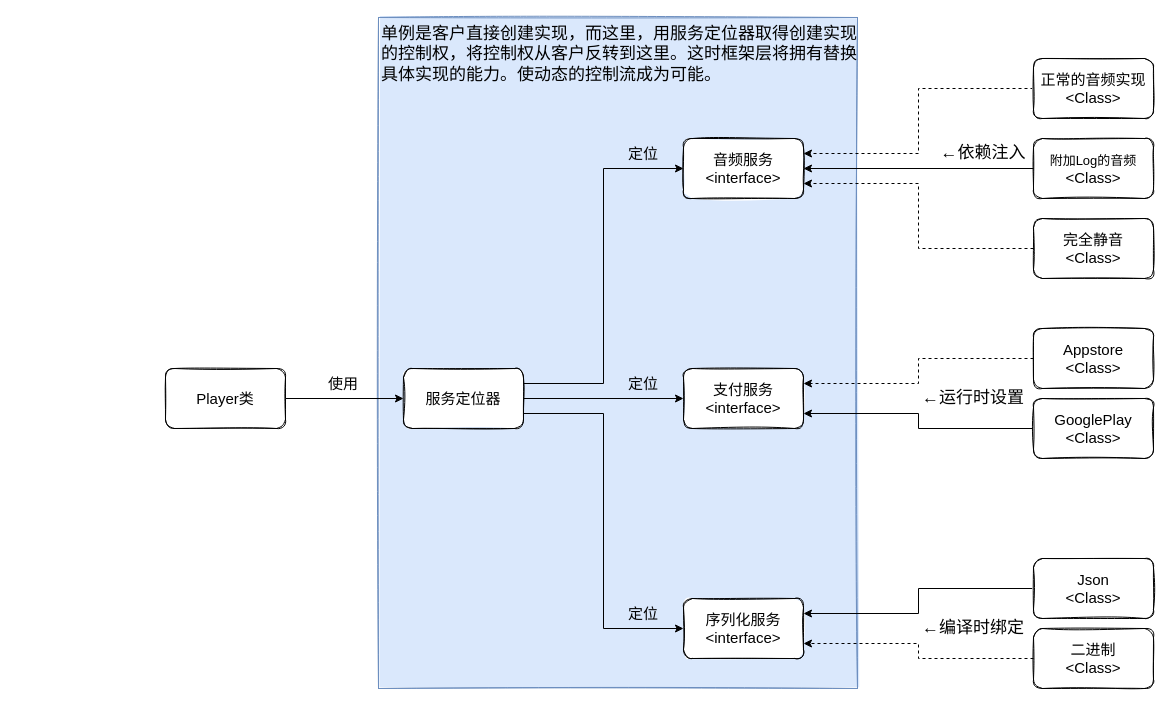
The draw.io diagram page "服务定位器" (2 of 8) of StartFramework.drawio in sass00n1/StartFramework, before the edit. Source tidied: cells renumbered, new cells numbered last; positions are measured from the earlier drawing's top-left corner, leaving out a move shared by most shapes. Both pictures are drawn from the tidied source at 100%, with x=0, y=0 at pixel (165, 17).
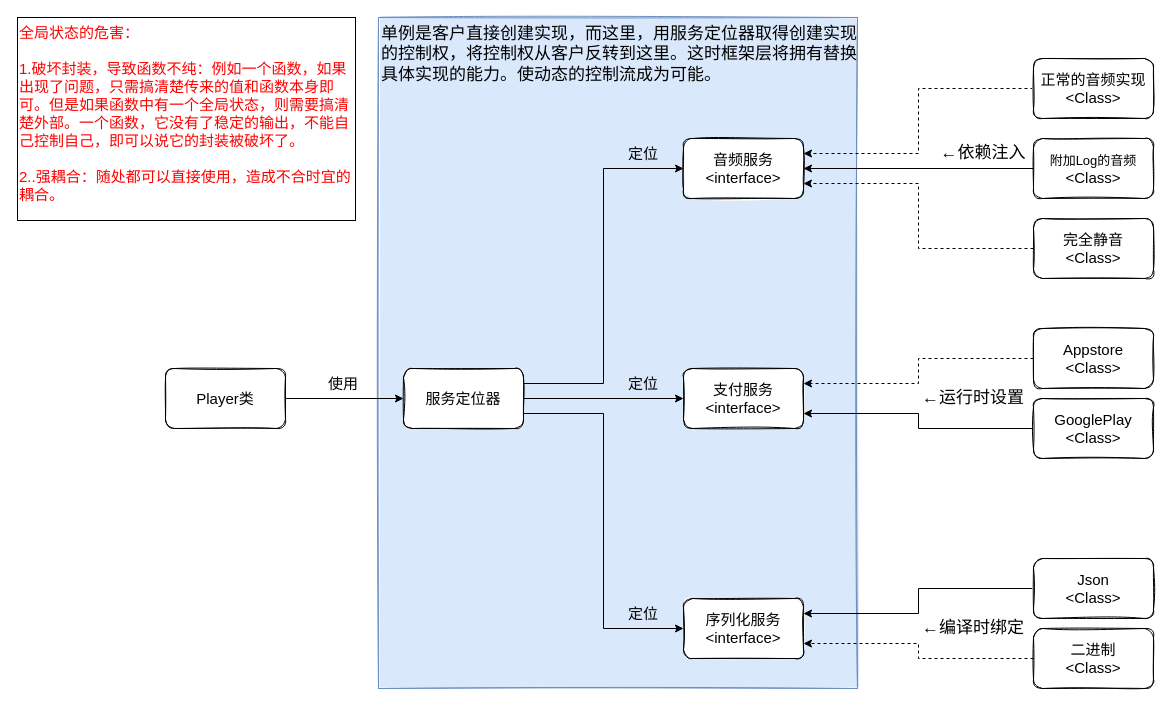
After the change.

What changed in the source:
```diff
@@
+    <mxCell id="35" value="&lt;div style=&quot;font-size: 15px&quot;&gt;&lt;font style=&quot;font-size: 15px&quot; color=&quot;#FF0000&quot;&gt;全局状态的危害：&lt;br&gt;&lt;/font&gt;&lt;/div&gt;&lt;div style=&quot;font-size: 15px&quot;&gt;&lt;font style=&quot;font-size: 15px&quot; color=&quot;#FF0000&quot;&gt;&lt;br&gt;&lt;/font&gt;&lt;/div&gt;&lt;div style=&quot;font-size: 15px&quot;&gt;&lt;font style=&quot;font-size: 15px&quot; color=&quot;#FF0000&quot;&gt;1.破坏封装，导致函数不纯：例如一个函数，如果出现了问题，只需搞清楚传来的值和函数本身即可。但是如果函数中有一个全局状态，则需要搞清楚外部。一个函数，它没有了稳定的输出，不能自己控制自己，即可以说它的封装被破坏了。&lt;/font&gt;&lt;/div&gt;&lt;div style=&quot;font-size: 15px&quot;&gt;&lt;font style=&quot;font-size: 15px&quot; color=&quot;#FF0000&quot;&gt;&lt;br&gt;&lt;/font&gt;&lt;/div&gt;&lt;div style=&quot;font-size: 15px&quot;&gt;&lt;font style=&quot;font-size: 15px&quot; color=&quot;#FF0000&quot;&gt;2..强耦合：随处都可以直接使用，造成不合时宜的耦合。&lt;br&gt;&lt;/font&gt;&lt;/div&gt;" style="rounded=0;whiteSpace=wrap;html=1;align=left;verticalAlign=top;" parent="1" vertex="1">
+      <mxGeometry x="-148" width="338" height="203" as="geometry" />
+    </mxCell>
```
